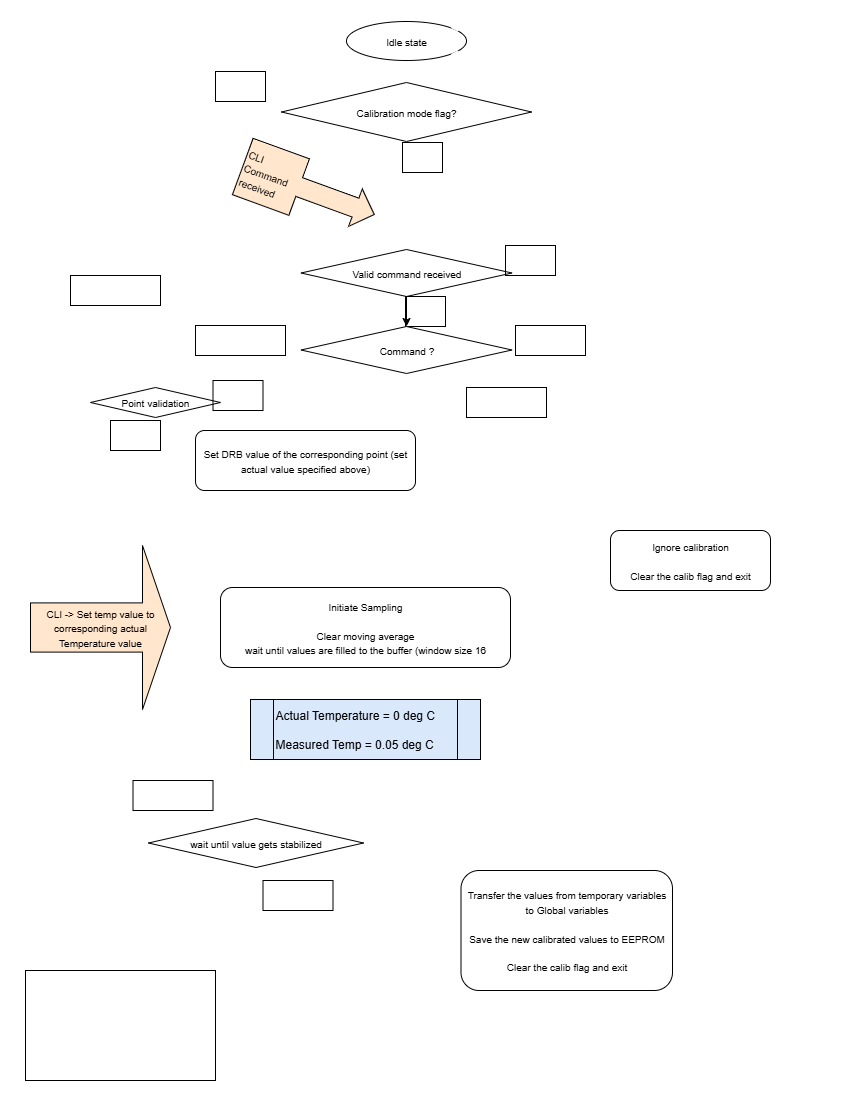
Before: Calibration method.png, a diagram exported from draw.io (S-NR/SnapShotInsight). Source tidied: cells renumbered, new cells last; positions are measured from the earlier drawing's top-left corner, leaving out a move shared by most shapes.
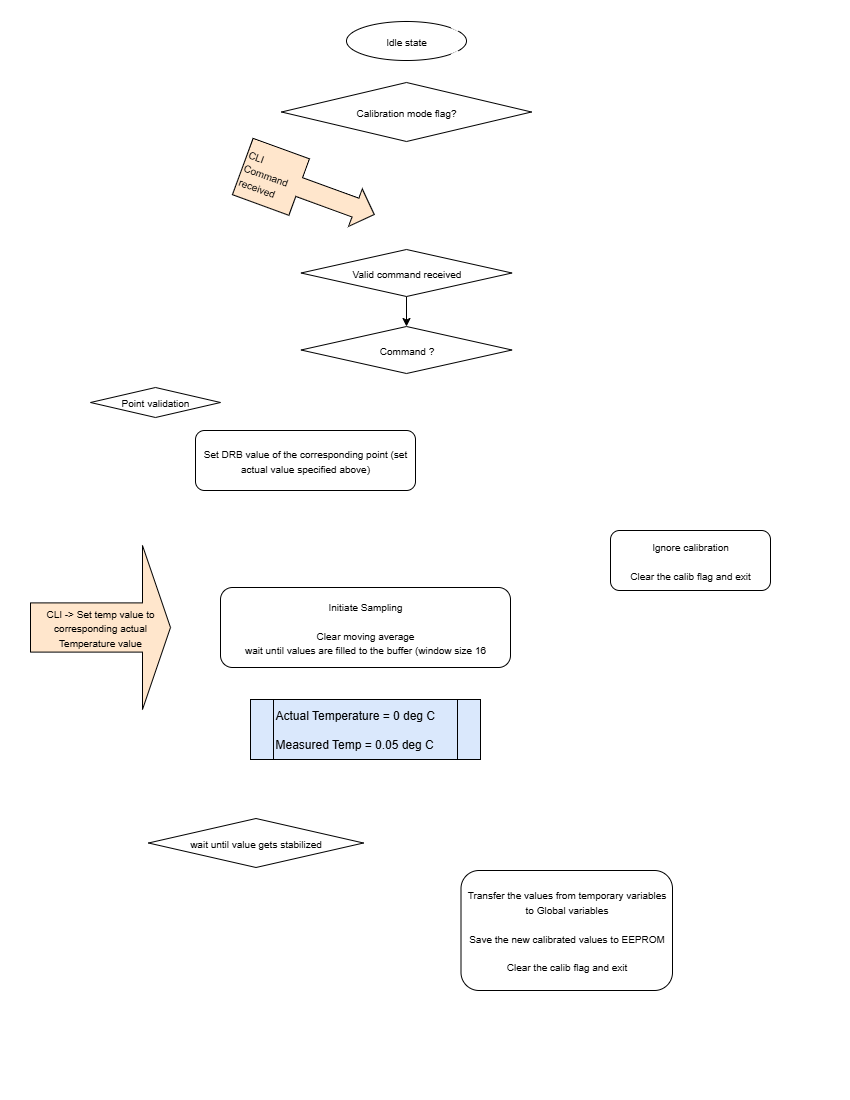
After the commit.

Change to the diagram source:
```diff
@@ -17,10 +17,10 @@
     <mxCell id="6" value="&lt;font style=&quot;font-size: 10px;&quot;&gt;Calibration mode flag?&lt;/font&gt;" style="rhombus;whiteSpace=wrap;html=1;strokeColor=#000000;" parent="1" vertex="1">
       <mxGeometry x="271" y="61" width="250" height="59" as="geometry" />
     </mxCell>
-    <mxCell id="7" value="&lt;font style=&quot;font-size: 10px;&quot;&gt;False&lt;/font&gt;" style="text;html=1;align=center;verticalAlign=middle;strokeColor=#000000;fillColor=none;fontColor=#FFFFFF;" parent="1" vertex="1">
+    <mxCell id="7" value="&lt;font style=&quot;font-size: 10px;&quot;&gt;False&lt;/font&gt;" style="text;html=1;align=center;verticalAlign=middle;strokeColor=none;fillColor=none;fontColor=#FFFFFF;" parent="1" vertex="1">
       <mxGeometry x="205" y="50" width="50" height="30" as="geometry" />
     </mxCell>
-    <mxCell id="8" value="&lt;font style=&quot;font-size: 10px;&quot;&gt;True&lt;/font&gt;" style="text;html=1;align=center;verticalAlign=middle;strokeColor=#000000;fillColor=none;fontColor=#FFFFFF;" parent="1" vertex="1">
+    <mxCell id="8" value="&lt;font style=&quot;font-size: 10px;&quot;&gt;True&lt;/font&gt;" style="text;html=1;align=center;verticalAlign=middle;strokeColor=none;fillColor=none;fontColor=#FFFFFF;" parent="1" vertex="1">
       <mxGeometry x="392" y="121" width="40" height="30" as="geometry" />
     </mxCell>
     <mxCell id="9" style="edgeStyle=orthogonalEdgeStyle;rounded=0;jettySize=auto;html=1;exitX=0.5;exitY=1;exitDx=0;exitDy=0;strokeColor=#FFFFFF;" parent="1" edge="1" source="10" target="12">
@@ -61,10 +61,10 @@
     <mxCell id="17" value="&lt;font style=&quot;font-size: 10px;&quot;&gt;wait until value gets stabilized&lt;/font&gt;" style="rhombus;whiteSpace=wrap;html=1;strokeColor=#000000;" parent="1" vertex="1">
       <mxGeometry x="138" y="797" width="215" height="49" as="geometry" />
     </mxCell>
-    <mxCell id="18" value="&lt;font style=&quot;font-size: 10px;&quot;&gt;In progress....&lt;/font&gt;" style="text;html=1;align=center;verticalAlign=middle;strokeColor=#000000;fillColor=none;fontColor=#FFFFFF;" parent="1" vertex="1">
+    <mxCell id="18" value="&lt;font style=&quot;font-size: 10px;&quot;&gt;In progress....&lt;/font&gt;" style="text;html=1;align=center;verticalAlign=middle;strokeColor=none;fillColor=none;fontColor=#FFFFFF;" parent="1" vertex="1">
       <mxGeometry x="122.5" y="759" width="80" height="30" as="geometry" />
     </mxCell>
-    <mxCell id="19" value="&lt;font style=&quot;font-size: 10px;&quot;&gt;Stabilized&lt;/font&gt;" style="text;html=1;align=center;verticalAlign=middle;strokeColor=#000000;fillColor=none;fontColor=#FFFFFF;" parent="1" vertex="1">
+    <mxCell id="19" value="&lt;font style=&quot;font-size: 10px;&quot;&gt;Stabilized&lt;/font&gt;" style="text;html=1;align=center;verticalAlign=middle;strokeColor=none;fillColor=none;fontColor=#FFFFFF;" parent="1" vertex="1">
       <mxGeometry x="252.5" y="859" width="70" height="30" as="geometry" />
     </mxCell>
     <mxCell id="20" style="edgeStyle=orthogonalEdgeStyle;rounded=0;jettySize=auto;html=1;strokeColor=#FFFFFF;" parent="1" edge="1" source="21" target="14">
@@ -73,7 +73,7 @@
     <mxCell id="21" value="&lt;font style=&quot;font-size: 10px;&quot;&gt;Initiate Sampling&lt;/font&gt;&lt;div&gt;&lt;font style=&quot;font-size: 10px;&quot;&gt;&lt;br&gt;&lt;/font&gt;&lt;div&gt;&lt;font style=&quot;font-size: 10px;&quot;&gt;Clear moving average&lt;/font&gt;&lt;/div&gt;&lt;div&gt;&lt;font style=&quot;font-size: 10px;&quot;&gt;wait until values are filled to the buffer (window size 16&lt;/font&gt;&lt;/div&gt;&lt;/div&gt;" style="rounded=1;whiteSpace=wrap;html=1;strokeColor=#000000;" parent="1" vertex="1">
       <mxGeometry x="210" y="566" width="290" height="80" as="geometry" />
     </mxCell>
-    <mxCell id="22" value="Assumptions :&lt;div&gt;&lt;br&gt;&lt;/div&gt;&lt;div&gt;1st Point : Actual 1000 ohm&amp;nbsp;&lt;/div&gt;&lt;div&gt;(corresponding to 0 deg C)&lt;/div&gt;&lt;div&gt;&lt;br&gt;&lt;div&gt;2nd Point : Actual 1097.30 ohm&amp;nbsp;&lt;/div&gt;&lt;div&gt;(corresponding to 25 deg C)&lt;/div&gt;&lt;/div&gt;" style="text;html=1;align=left;verticalAlign=middle;strokeColor=#000000;fillColor=none;fontStyle=1;fontColor=#FFFFFF;" parent="1" vertex="1">
+    <mxCell id="22" value="Assumptions :&lt;div&gt;&lt;br&gt;&lt;/div&gt;&lt;div&gt;1st Point : Actual 1000 ohm&amp;nbsp;&lt;/div&gt;&lt;div&gt;(corresponding to 0 deg C)&lt;/div&gt;&lt;div&gt;&lt;br&gt;&lt;div&gt;2nd Point : Actual 1097.30 ohm&amp;nbsp;&lt;/div&gt;&lt;div&gt;(corresponding to 25 deg C)&lt;/div&gt;&lt;/div&gt;" style="text;html=1;align=left;verticalAlign=middle;strokeColor=none;fillColor=none;fontStyle=1;fontColor=#FFFFFF;" parent="1" vertex="1">
       <mxGeometry x="15" y="949" width="190" height="110" as="geometry" />
     </mxCell>
     <mxCell id="23" style="edgeStyle=orthogonalEdgeStyle;rounded=0;jettySize=auto;html=1;entryX=1;entryY=0.5;entryDx=0;entryDy=0;exitX=1;exitY=0.5;exitDx=0;exitDy=0;strokeColor=#FFFFFF;" parent="1" edge="1" source="25" target="6">
@@ -90,13 +90,13 @@
     <mxCell id="25" value="&lt;font style=&quot;font-size: 10px;&quot;&gt;Valid command received&lt;/font&gt;" style="rhombus;whiteSpace=wrap;html=1;strokeColor=#000000;" parent="1" vertex="1">
       <mxGeometry x="290.5" y="228" width="211" height="47" as="geometry" />
     </mxCell>
-    <mxCell id="26" value="&lt;font style=&quot;font-size: 10px;&quot;&gt;True&lt;/font&gt;" style="text;html=1;align=center;verticalAlign=middle;strokeColor=#000000;fillColor=none;fontColor=#FFFFFF;" parent="1" vertex="1">
+    <mxCell id="26" value="&lt;font style=&quot;font-size: 10px;&quot;&gt;True&lt;/font&gt;" style="text;html=1;align=center;verticalAlign=middle;strokeColor=none;fillColor=none;fontColor=#FFFFFF;" parent="1" vertex="1">
       <mxGeometry x="395" y="275" width="40" height="30" as="geometry" />
     </mxCell>
     <mxCell id="27" value="&lt;span style=&quot;font-size: 10px; text-wrap-mode: wrap;&quot;&gt;CLI Command received&lt;/span&gt;" style="html=1;shadow=0;dashed=0;align=left;verticalAlign=middle;shape=mxgraph.arrows2.calloutArrow;dy=10;dx=20;notch=60;arrowHead=10;rotation=20;fillColor=#ffe6cc;strokeColor=#000000;" parent="1" vertex="1">
       <mxGeometry x="228" y="139" width="140" height="60" as="geometry" />
     </mxCell>
-    <mxCell id="28" value="&lt;font style=&quot;font-size: 10px;&quot;&gt;False&lt;/font&gt;" style="text;html=1;align=center;verticalAlign=middle;strokeColor=#000000;fillColor=none;fontColor=#FFFFFF;" parent="1" vertex="1">
+    <mxCell id="28" value="&lt;font style=&quot;font-size: 10px;&quot;&gt;False&lt;/font&gt;" style="text;html=1;align=center;verticalAlign=middle;strokeColor=none;fillColor=none;fontColor=#FFFFFF;" parent="1" vertex="1">
       <mxGeometry x="495" y="224" width="50" height="30" as="geometry" />
     </mxCell>
     <mxCell id="29" style="edgeStyle=orthogonalEdgeStyle;rounded=0;jettySize=auto;html=1;strokeColor=#FFFFFF;" parent="1" edge="1" source="32" target="39">
@@ -116,13 +116,13 @@
     <mxCell id="32" value="&lt;font style=&quot;font-size: 10px;&quot;&gt;Command ?&lt;/font&gt;" style="rhombus;whiteSpace=wrap;html=1;strokeColor=#000000;" parent="1" vertex="1">
       <mxGeometry x="290.5" y="305" width="211" height="47" as="geometry" />
     </mxCell>
-    <mxCell id="33" value="&lt;span style=&quot;font-size: 10px;&quot;&gt;Point 1 / 2 Calib&lt;/span&gt;" style="text;html=1;align=center;verticalAlign=middle;strokeColor=#000000;fillColor=none;fontColor=#FFFFFF;" parent="1" vertex="1">
+    <mxCell id="33" value="&lt;span style=&quot;font-size: 10px;&quot;&gt;Point 1 / 2 Calib&lt;/span&gt;" style="text;html=1;align=center;verticalAlign=middle;strokeColor=none;fillColor=none;fontColor=#FFFFFF;" parent="1" vertex="1">
       <mxGeometry x="185" y="304" width="90" height="30" as="geometry" />
     </mxCell>
-    <mxCell id="34" value="&lt;font style=&quot;font-size: 10px;&quot;&gt;Stop Calib&lt;/font&gt;" style="text;html=1;align=center;verticalAlign=middle;strokeColor=#000000;fillColor=none;fontColor=#FFFFFF;" parent="1" vertex="1">
+    <mxCell id="34" value="&lt;font style=&quot;font-size: 10px;&quot;&gt;Stop Calib&lt;/font&gt;" style="text;html=1;align=center;verticalAlign=middle;strokeColor=none;fillColor=none;fontColor=#FFFFFF;" parent="1" vertex="1">
       <mxGeometry x="505" y="304" width="70" height="30" as="geometry" />
     </mxCell>
-    <mxCell id="35" value="&lt;font style=&quot;font-size: 10px;&quot;&gt;Confirm Calib&lt;/font&gt;" style="text;html=1;align=center;verticalAlign=middle;strokeColor=#000000;fillColor=none;fontColor=#FFFFFF;" parent="1" vertex="1">
+    <mxCell id="35" value="&lt;font style=&quot;font-size: 10px;&quot;&gt;Confirm Calib&lt;/font&gt;" style="text;html=1;align=center;verticalAlign=middle;strokeColor=none;fillColor=none;fontColor=#FFFFFF;" parent="1" vertex="1">
       <mxGeometry x="456" y="366" width="80" height="30" as="geometry" />
     </mxCell>
     <mxCell id="36" style="edgeStyle=orthogonalEdgeStyle;rounded=0;jettySize=auto;html=1;entryX=0;entryY=0.5;entryDx=0;entryDy=0;strokeColor=#FFFFFF;" parent="1" edge="1" source="39" target="10">
@@ -141,13 +141,13 @@
     <mxCell id="39" value="&lt;font style=&quot;font-size: 10px;&quot;&gt;Point validation&lt;/font&gt;" style="rhombus;whiteSpace=wrap;html=1;strokeColor=#000000;" parent="1" vertex="1">
       <mxGeometry x="80" y="366" width="130" height="30" as="geometry" />
     </mxCell>
-    <mxCell id="40" value="&lt;font style=&quot;font-size: 10px;&quot;&gt;Point 1&lt;/font&gt;" style="text;html=1;align=center;verticalAlign=middle;strokeColor=#000000;fillColor=none;fontColor=#FFFFFF;" parent="1" vertex="1">
+    <mxCell id="40" value="&lt;font style=&quot;font-size: 10px;&quot;&gt;Point 1&lt;/font&gt;" style="text;html=1;align=center;verticalAlign=middle;strokeColor=none;fillColor=none;fontColor=#FFFFFF;" parent="1" vertex="1">
       <mxGeometry x="100" y="399" width="50" height="30" as="geometry" />
     </mxCell>
-    <mxCell id="41" value="&lt;font style=&quot;font-size: 10px;&quot;&gt;Point 2&lt;/font&gt;" style="text;html=1;align=center;verticalAlign=middle;strokeColor=#000000;fillColor=none;fontColor=#FFFFFF;" parent="1" vertex="1">
+    <mxCell id="41" value="&lt;font style=&quot;font-size: 10px;&quot;&gt;Point 2&lt;/font&gt;" style="text;html=1;align=center;verticalAlign=middle;strokeColor=none;fillColor=none;fontColor=#FFFFFF;" parent="1" vertex="1">
       <mxGeometry x="202.5" y="359" width="50" height="30" as="geometry" />
     </mxCell>
-    <mxCell id="42" value="&lt;font style=&quot;font-size: 10px;&quot;&gt;Other values ?&lt;/font&gt;" style="text;html=1;align=center;verticalAlign=middle;strokeColor=#000000;fillColor=none;fontColor=#FFFFFF;" parent="1" vertex="1">
+    <mxCell id="42" value="&lt;font style=&quot;font-size: 10px;&quot;&gt;Other values ?&lt;/font&gt;" style="text;html=1;align=center;verticalAlign=middle;strokeColor=none;fillColor=none;fontColor=#FFFFFF;" parent="1" vertex="1">
       <mxGeometry x="60" y="254" width="90" height="30" as="geometry" />
     </mxCell>
     <mxCell id="43" style="edgeStyle=orthogonalEdgeStyle;rounded=0;jettySize=auto;html=1;entryX=1;entryY=0;entryDx=0;entryDy=0;strokeColor=#FFFFFF;" parent="1" edge="1" source="44" target="3">
```
